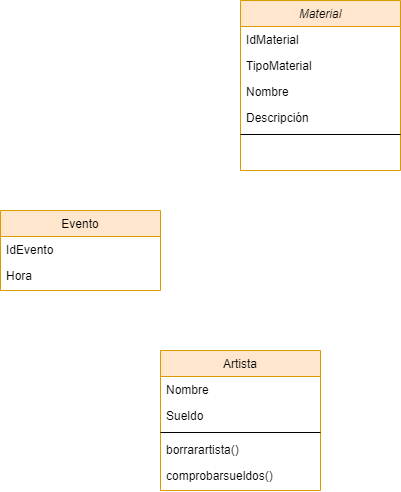
miguelmartinez22/QuevedoFest keeps this draw.io diagram as images/Diagrama-clases.png. Above is the earlier version. Source tidied: cells renumbered, new cells last; positions are measured from the earlier drawing's top-left corner, leaving out a move shared by most shapes.
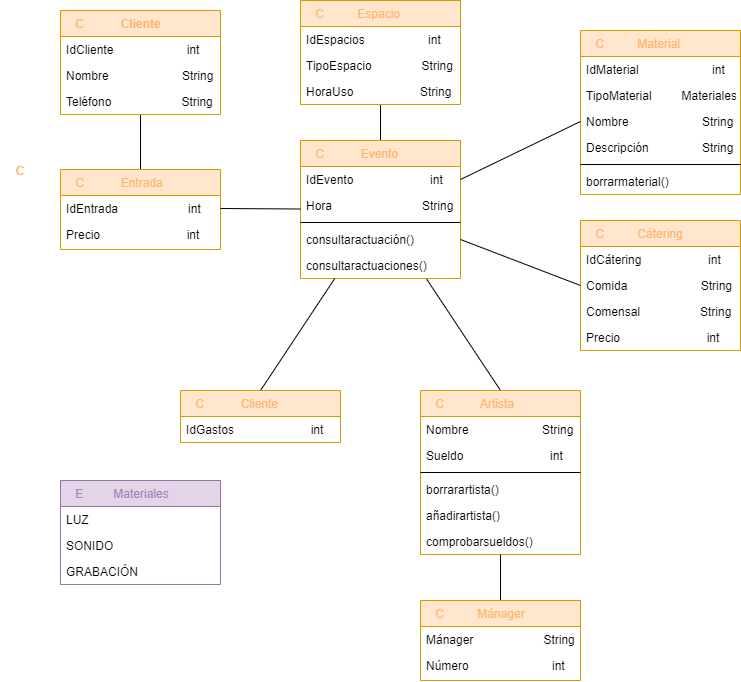
The same diagram one commit later.

The edit, as a diff of the source:
```diff
@@ -1,32 +1,38 @@
-<mxGraphModel>
+<mxGraphModel background="#FFFFFF">
   <root>
     <mxCell id="0" />
     <mxCell id="1" parent="0" />
-    <mxCell id="2" value="Material" style="swimlane;fontStyle=2;align=center;verticalAlign=top;horizontal=1;startSize=26;rounded=0;shadow=0;strokeWidth=1;fillColor=#ffe6cc;strokeColor=#d79b00;" parent="1" vertex="1">
-      <mxGeometry x="240" width="160" height="170" as="geometry" />
+    <mxCell id="2" value="    C          Material" style="swimlane;fontStyle=0;align=left;verticalAlign=top;horizontal=1;startSize=26;rounded=0;shadow=0;strokeWidth=1;fillColor=#ffe6cc;strokeColor=#d79b00;fontColor=#FFB570;" parent="1" vertex="1">
+      <mxGeometry x="280" y="50" width="160" height="164" as="geometry" />
     </mxCell>
-    <mxCell id="3" value="IdMaterial" style="text;align=left;verticalAlign=top;spacingLeft=4;spacingRight=4;overflow=hidden;" parent="2" vertex="1">
+    <mxCell id="3" value="IdMaterial                      int" style="text;align=left;verticalAlign=top;spacingLeft=4;spacingRight=4;overflow=hidden;" parent="2" vertex="1">
       <mxGeometry y="26" width="160" height="26" as="geometry" />
     </mxCell>
-    <mxCell id="4" value="TipoMaterial" style="text;align=left;verticalAlign=top;spacingLeft=4;spacingRight=4;overflow=hidden;rounded=0;shadow=0;html=0;" parent="2" vertex="1">
+    <mxCell id="4" value="TipoMaterial         Materiales" style="text;align=left;verticalAlign=top;spacingLeft=4;spacingRight=4;overflow=hidden;rounded=0;shadow=0;html=0;" parent="2" vertex="1">
       <mxGeometry y="52" width="160" height="26" as="geometry" />
     </mxCell>
-    <mxCell id="5" value="Nombre" style="text;align=left;verticalAlign=top;spacingLeft=4;spacingRight=4;overflow=hidden;points=[[0,0.5],[1,0.5]];portConstraint=eastwest;rounded=0;shadow=0;html=0;" parent="2" vertex="1">
+    <mxCell id="5" value="Nombre                      String" style="text;align=left;verticalAlign=top;spacingLeft=4;spacingRight=4;overflow=hidden;points=[[0,0.5],[1,0.5]];portConstraint=eastwest;rounded=0;shadow=0;html=0;" parent="2" vertex="1">
       <mxGeometry y="78" width="160" height="26" as="geometry" />
     </mxCell>
-    <mxCell id="6" value="Descripción" style="text;align=left;verticalAlign=top;spacingLeft=4;spacingRight=4;overflow=hidden;rounded=0;shadow=0;html=0;" parent="2" vertex="1">
+    <mxCell id="6" value="Descripción                String" style="text;align=left;verticalAlign=top;spacingLeft=4;spacingRight=4;overflow=hidden;rounded=0;shadow=0;html=0;" parent="2" vertex="1">
       <mxGeometry y="104" width="160" height="26" as="geometry" />
     </mxCell>
     <mxCell id="7" style="line;html=1;strokeWidth=1;align=left;verticalAlign=middle;spacingTop=-1;spacingLeft=3;spacingRight=3;labelPosition=right;" parent="2" vertex="1">
       <mxGeometry y="130" width="160" height="8" as="geometry" />
     </mxCell>
+    <mxCell id="17" value="borrarmaterial()" style="text;align=left;verticalAlign=top;spacingLeft=4;spacingRight=4;overflow=hidden;rounded=0;shadow=0;html=0;" parent="2" vertex="1">
+      <mxGeometry y="138" width="160" height="26" as="geometry" />
+    </mxCell>
+    <mxCell id="18" style="edgeStyle=none;rounded=0;jettySize=auto;html=1;exitX=0.5;exitY=0;exitDx=0;exitDy=0;endArrow=none;endFill=0;" parent="1" edge="1" source="8" target="14">
+      <mxGeometry relative="1" as="geometry" />
+    </mxCell>
-    <mxCell id="8" value="Artista" style="swimlane;fontStyle=0;align=center;verticalAlign=top;horizontal=1;startSize=26;rounded=0;shadow=0;strokeWidth=1;fillColor=#ffe6cc;strokeColor=#d79b00;" parent="1" vertex="1">
-      <mxGeometry x="160" y="350" width="160" height="140" as="geometry" />
+    <mxCell id="8" value="    C           Artista" style="swimlane;fontStyle=0;align=left;verticalAlign=top;horizontal=1;startSize=26;rounded=0;shadow=0;strokeWidth=1;fillColor=#ffe6cc;strokeColor=#d79b00;fontColor=#FFB570;" parent="1" vertex="1">
+      <mxGeometry x="120" y="410" width="160" height="164" as="geometry" />
     </mxCell>
-    <mxCell id="9" value="Nombre" style="text;align=left;verticalAlign=top;spacingLeft=4;spacingRight=4;overflow=hidden;" parent="8" vertex="1">
+    <mxCell id="9" value="Nombre                      String" style="text;align=left;verticalAlign=top;spacingLeft=4;spacingRight=4;overflow=hidden;" parent="8" vertex="1">
       <mxGeometry y="26" width="160" height="26" as="geometry" />
     </mxCell>
-    <mxCell id="10" value="Sueldo" style="text;align=left;verticalAlign=top;spacingLeft=4;spacingRight=4;overflow=hidden;" parent="8" vertex="1">
+    <mxCell id="10" value="Sueldo                          int" style="text;align=left;verticalAlign=top;spacingLeft=4;spacingRight=4;overflow=hidden;" parent="8" vertex="1">
       <mxGeometry y="52" width="160" height="26" as="geometry" />
     </mxCell>
     <mxCell id="11" style="line;html=1;strokeWidth=1;align=left;verticalAlign=middle;spacingTop=-1;spacingLeft=3;spacingRight=3;labelPosition=right;" parent="8" vertex="1">
@@ -35,17 +41,128 @@
     <mxCell id="12" value="borrarartista()" style="text;align=left;verticalAlign=top;spacingLeft=4;spacingRight=4;overflow=hidden;" parent="8" vertex="1">
       <mxGeometry y="86" width="160" height="26" as="geometry" />
     </mxCell>
-    <mxCell id="13" value="comprobarsueldos()" style="text;align=left;verticalAlign=top;spacingLeft=4;spacingRight=4;overflow=hidden;" parent="8" vertex="1">
+    <mxCell id="13" value="añadirartista()" style="text;align=left;verticalAlign=top;spacingLeft=4;spacingRight=4;overflow=hidden;" parent="8" vertex="1">
       <mxGeometry y="112" width="160" height="26" as="geometry" />
     </mxCell>
+    <mxCell id="19" value="comprobarsueldos()" style="text;align=left;verticalAlign=top;spacingLeft=4;spacingRight=4;overflow=hidden;" parent="8" vertex="1">
+      <mxGeometry y="138" width="160" height="26" as="geometry" />
+    </mxCell>
+    <mxCell id="20" style="rounded=0;jettySize=auto;html=1;exitX=0.5;exitY=0;exitDx=0;exitDy=0;endArrow=none;endFill=0;" parent="1" edge="1" source="14" target="44">
+      <mxGeometry relative="1" as="geometry" />
+    </mxCell>
-    <mxCell id="14" value="Evento" style="swimlane;fontStyle=0;align=center;verticalAlign=top;horizontal=1;startSize=26;rounded=0;shadow=0;strokeWidth=1;fillColor=#ffe6cc;strokeColor=#d79b00;" parent="1" vertex="1">
-      <mxGeometry y="210" width="160" height="80" as="geometry" />
+    <mxCell id="14" value="    C           Evento" style="swimlane;fontStyle=0;align=left;verticalAlign=top;horizontal=1;startSize=26;rounded=0;shadow=0;strokeWidth=1;fillColor=#ffe6cc;strokeColor=#d79b00;fontColor=#FFB570;" parent="1" vertex="1">
+      <mxGeometry y="160" width="160" height="138" as="geometry" />
     </mxCell>
-    <mxCell id="15" value="IdEvento" style="text;align=left;verticalAlign=top;spacingLeft=4;spacingRight=4;overflow=hidden;points=[[0,0.5],[1,0.5]];portConstraint=eastwest;" parent="14" vertex="1">
+    <mxCell id="15" value="IdEvento                       int" style="text;align=left;verticalAlign=top;spacingLeft=4;spacingRight=4;overflow=hidden;points=[[0,0.5],[1,0.5]];portConstraint=eastwest;" parent="14" vertex="1">
       <mxGeometry y="26" width="160" height="26" as="geometry" />
     </mxCell>
-    <mxCell id="16" value="Hora" style="text;align=left;verticalAlign=top;spacingLeft=4;spacingRight=4;overflow=hidden;rounded=0;shadow=0;html=0;" parent="14" vertex="1">
+    <mxCell id="16" value="Hora                           String" style="text;align=left;verticalAlign=top;spacingLeft=4;spacingRight=4;overflow=hidden;rounded=0;shadow=0;html=0;" parent="14" vertex="1">
       <mxGeometry y="52" width="160" height="26" as="geometry" />
     </mxCell>
+    <mxCell id="21" style="line;html=1;strokeWidth=1;align=left;verticalAlign=middle;spacingTop=-1;spacingLeft=3;spacingRight=3;labelPosition=right;" parent="14" vertex="1">
+      <mxGeometry y="78" width="160" height="8" as="geometry" />
+    </mxCell>
+    <mxCell id="22" value="consultaractuación()" style="text;align=left;verticalAlign=top;spacingLeft=4;spacingRight=4;overflow=hidden;points=[[0,0.5],[1,0.5]];portConstraint=eastwest;" parent="14" vertex="1">
+      <mxGeometry y="86" width="160" height="26" as="geometry" />
+    </mxCell>
+    <mxCell id="23" value="consultaractuaciones()" style="text;align=left;verticalAlign=top;spacingLeft=4;spacingRight=4;overflow=hidden;" parent="14" vertex="1">
+      <mxGeometry y="112" width="160" height="26" as="geometry" />
+    </mxCell>
+    <mxCell id="24" style="edgeStyle=none;rounded=0;jettySize=auto;html=1;exitX=0.5;exitY=0;exitDx=0;exitDy=0;endArrow=none;endFill=0;" parent="1" edge="1" source="25" target="28">
+      <mxGeometry relative="1" as="geometry" />
+    </mxCell>
+    <mxCell id="25" value="    C           Entrada" style="swimlane;fontStyle=0;align=left;verticalAlign=top;horizontal=1;startSize=26;rounded=0;shadow=0;strokeWidth=1;fillColor=#ffe6cc;strokeColor=#d79b00;fontColor=#FFB570;" parent="1" vertex="1">
+      <mxGeometry x="-240" y="189" width="160" height="80" as="geometry" />
+    </mxCell>
+    <mxCell id="26" value="IdEntrada                     int" style="text;align=left;verticalAlign=top;spacingLeft=4;spacingRight=4;overflow=hidden;points=[[0,0.5],[1,0.5]];portConstraint=eastwest;" parent="25" vertex="1">
+      <mxGeometry y="26" width="160" height="26" as="geometry" />
+    </mxCell>
+    <mxCell id="27" value="Precio                          int" style="text;align=left;verticalAlign=top;spacingLeft=4;spacingRight=4;overflow=hidden;rounded=0;shadow=0;html=0;" parent="25" vertex="1">
+      <mxGeometry y="52" width="160" height="26" as="geometry" />
+    </mxCell>
+    <mxCell id="28" value="    C           Cliente" style="swimlane;fontStyle=1;align=left;verticalAlign=top;horizontal=1;startSize=26;rounded=0;shadow=0;strokeWidth=1;fillColor=#ffe6cc;strokeColor=#d79b00;fontColor=#FFB570;" parent="1" vertex="1">
+      <mxGeometry x="-240" y="30" width="160" height="104" as="geometry" />
+    </mxCell>
+    <mxCell id="29" value="IdCliente                      int" style="text;align=left;verticalAlign=top;spacingLeft=4;spacingRight=4;overflow=hidden;" parent="28" vertex="1">
+      <mxGeometry y="26" width="160" height="26" as="geometry" />
+    </mxCell>
+    <mxCell id="30" value="Nombre                      String" style="text;align=left;verticalAlign=top;spacingLeft=4;spacingRight=4;overflow=hidden;rounded=0;shadow=0;html=0;" parent="28" vertex="1">
+      <mxGeometry y="52" width="160" height="26" as="geometry" />
+    </mxCell>
+    <mxCell id="31" value="Teléfono                     String" style="text;align=left;verticalAlign=top;spacingLeft=4;spacingRight=4;overflow=hidden;rounded=0;shadow=0;html=0;" parent="28" vertex="1">
+      <mxGeometry y="78" width="160" height="26" as="geometry" />
+    </mxCell>
+    <mxCell id="32" value="    C          Cátering" style="swimlane;fontStyle=0;align=left;verticalAlign=top;horizontal=1;startSize=26;rounded=0;shadow=0;strokeWidth=1;fillColor=#ffe6cc;strokeColor=#d79b00;fontColor=#FFB570;" parent="1" vertex="1">
+      <mxGeometry x="280" y="240" width="160" height="130" as="geometry" />
+    </mxCell>
+    <mxCell id="33" value="IdCátering                    int" style="text;align=left;verticalAlign=top;spacingLeft=4;spacingRight=4;overflow=hidden;" parent="32" vertex="1">
+      <mxGeometry y="26" width="160" height="26" as="geometry" />
+    </mxCell>
+    <mxCell id="34" value="Comida                      String" style="text;align=left;verticalAlign=top;spacingLeft=4;spacingRight=4;overflow=hidden;points=[[0,0.5],[1,0.5]];portConstraint=eastwest;rounded=0;shadow=0;html=0;" parent="32" vertex="1">
+      <mxGeometry y="52" width="160" height="26" as="geometry" />
+    </mxCell>
+    <mxCell id="35" value="Comensal                  String" style="text;align=left;verticalAlign=top;spacingLeft=4;spacingRight=4;overflow=hidden;rounded=0;shadow=0;html=0;" parent="32" vertex="1">
+      <mxGeometry y="78" width="160" height="26" as="geometry" />
+    </mxCell>
+    <mxCell id="36" value="Precio                          int" style="text;align=left;verticalAlign=top;spacingLeft=4;spacingRight=4;overflow=hidden;rounded=0;shadow=0;html=0;" parent="32" vertex="1">
+      <mxGeometry y="104" width="160" height="26" as="geometry" />
+    </mxCell>
+    <mxCell id="37" style="edgeStyle=none;rounded=0;jettySize=auto;html=1;exitX=0.5;exitY=0;exitDx=0;exitDy=0;endArrow=none;endFill=0;" parent="1" edge="1" source="38" target="8">
+      <mxGeometry relative="1" as="geometry" />
+    </mxCell>
+    <mxCell id="38" value="    C          Mánager" style="swimlane;fontStyle=0;align=left;verticalAlign=top;horizontal=1;startSize=26;rounded=0;shadow=0;strokeWidth=1;fillColor=#ffe6cc;strokeColor=#d79b00;fontColor=#FFB570;" parent="1" vertex="1">
+      <mxGeometry x="120" y="620" width="160" height="80" as="geometry" />
+    </mxCell>
+    <mxCell id="39" value="Mánager                     String" style="text;align=left;verticalAlign=top;spacingLeft=4;spacingRight=4;overflow=hidden;" parent="38" vertex="1">
+      <mxGeometry y="26" width="160" height="26" as="geometry" />
+    </mxCell>
+    <mxCell id="40" value="Número                         int" style="text;align=left;verticalAlign=top;spacingLeft=4;spacingRight=4;overflow=hidden;rounded=0;shadow=0;html=0;" parent="38" vertex="1">
+      <mxGeometry y="52" width="160" height="26" as="geometry" />
+    </mxCell>
+    <mxCell id="41" style="edgeStyle=none;rounded=0;jettySize=auto;html=1;exitX=0.5;exitY=0;exitDx=0;exitDy=0;endArrow=none;endFill=0;" parent="1" edge="1" source="42" target="14">
+      <mxGeometry relative="1" as="geometry" />
+    </mxCell>
+    <mxCell id="42" value="    C           Cliente" style="swimlane;fontStyle=0;align=left;verticalAlign=top;horizontal=1;startSize=26;rounded=0;shadow=0;strokeWidth=1;fillColor=#ffe6cc;strokeColor=#d79b00;fontColor=#FFB570;" parent="1" vertex="1">
+      <mxGeometry x="-120" y="410" width="160" height="52" as="geometry" />
+    </mxCell>
+    <mxCell id="43" value="IdGastos                       int" style="text;align=left;verticalAlign=top;spacingLeft=4;spacingRight=4;overflow=hidden;" parent="42" vertex="1">
+      <mxGeometry y="26" width="160" height="26" as="geometry" />
+    </mxCell>
+    <mxCell id="44" value="    C          Espacio" style="swimlane;fontStyle=0;align=left;verticalAlign=top;horizontal=1;startSize=26;rounded=0;shadow=0;strokeWidth=1;fillColor=#ffe6cc;strokeColor=#d79b00;fontColor=#FFB570;" parent="1" vertex="1">
+      <mxGeometry y="20" width="160" height="104" as="geometry" />
+    </mxCell>
+    <mxCell id="45" value="IdEspacios                   int" style="text;align=left;verticalAlign=top;spacingLeft=4;spacingRight=4;overflow=hidden;" parent="44" vertex="1">
+      <mxGeometry y="26" width="160" height="26" as="geometry" />
+    </mxCell>
+    <mxCell id="46" value="TipoEspacio               String" style="text;align=left;verticalAlign=top;spacingLeft=4;spacingRight=4;overflow=hidden;rounded=0;shadow=0;html=0;" parent="44" vertex="1">
+      <mxGeometry y="52" width="160" height="26" as="geometry" />
+    </mxCell>
+    <mxCell id="47" value="HoraUso                    String" style="text;align=left;verticalAlign=top;spacingLeft=4;spacingRight=4;overflow=hidden;rounded=0;shadow=0;html=0;" parent="44" vertex="1">
+      <mxGeometry y="78" width="160" height="26" as="geometry" />
+    </mxCell>
+    <mxCell id="48" style="edgeStyle=none;rounded=0;jettySize=auto;html=1;exitX=1;exitY=0.5;exitDx=0;exitDy=0;entryX=0;entryY=0.5;entryDx=0;entryDy=0;endArrow=none;endFill=0;" parent="1" edge="1" source="15" target="5">
+      <mxGeometry relative="1" as="geometry" />
+    </mxCell>
+    <mxCell id="49" style="edgeStyle=none;rounded=0;jettySize=auto;html=1;exitX=1;exitY=0.5;exitDx=0;exitDy=0;entryX=0;entryY=0.5;entryDx=0;entryDy=0;endArrow=none;endFill=0;" parent="1" edge="1" source="22" target="34">
+      <mxGeometry relative="1" as="geometry" />
+    </mxCell>
+    <mxCell id="50" style="edgeStyle=none;rounded=0;jettySize=auto;html=1;exitX=1;exitY=0.5;exitDx=0;exitDy=0;endArrow=none;endFill=0;" parent="1" edge="1" source="26" target="14">
+      <mxGeometry relative="1" as="geometry" />
+    </mxCell>
+    <mxCell id="51" value="    E         Materiales" style="swimlane;fontStyle=0;align=left;verticalAlign=top;horizontal=1;startSize=26;rounded=0;shadow=0;strokeWidth=1;fillColor=#e1d5e7;strokeColor=#9673a6;fontColor=#A680B8;" parent="1" vertex="1">
+      <mxGeometry x="-240" y="500" width="160" height="104" as="geometry" />
+    </mxCell>
+    <mxCell id="52" value="LUZ" style="text;align=left;verticalAlign=top;spacingLeft=4;spacingRight=4;overflow=hidden;" parent="51" vertex="1">
+      <mxGeometry y="26" width="160" height="26" as="geometry" />
+    </mxCell>
+    <mxCell id="53" value="SONIDO" style="text;align=left;verticalAlign=top;spacingLeft=4;spacingRight=4;overflow=hidden;rounded=0;shadow=0;html=0;" parent="51" vertex="1">
+      <mxGeometry y="52" width="160" height="26" as="geometry" />
+    </mxCell>
+    <mxCell id="54" value="GRABACIÓN" style="text;align=left;verticalAlign=top;spacingLeft=4;spacingRight=4;overflow=hidden;rounded=0;shadow=0;html=0;" parent="51" vertex="1">
+      <mxGeometry y="78" width="160" height="26" as="geometry" />
+    </mxCell>
+    <mxCell id="55" value="&lt;font color=&quot;#ffb570&quot;&gt;&lt;b&gt;C&lt;/b&gt;&lt;/font&gt;" style="text;html=1;align=center;verticalAlign=middle;whiteSpace=wrap;rounded=0;" parent="1" vertex="1">
+      <mxGeometry x="-300" y="180" width="40" height="20" as="geometry" />
+    </mxCell>
   </root>
 </mxGraphModel>
```
